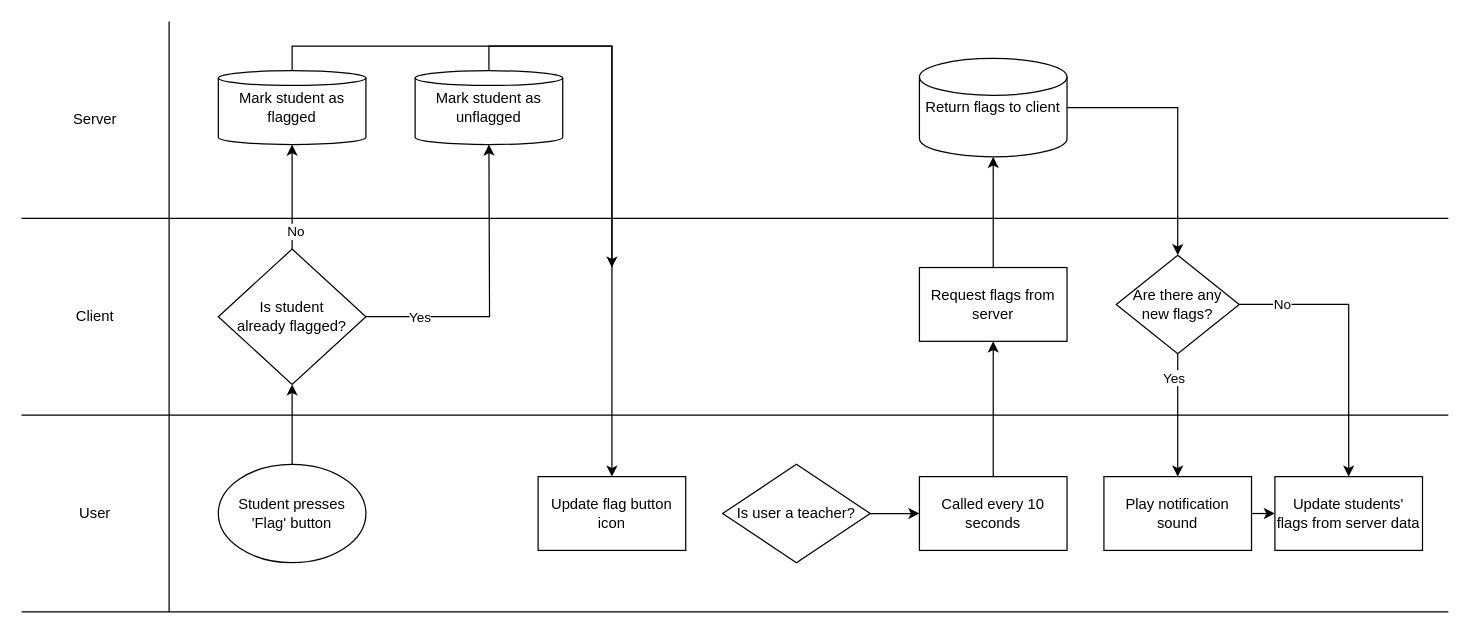
107zxz/co-grammer keeps this draw.io diagram as page "Flagging" (7 of 10) of CoGrammer.drawio. Above is the earlier version. Source tidied: cells renumbered, new cells numbered last; positions are measured from the earlier drawing's top-left corner, leaving out a move shared by most shapes. Both pictures are drawn from the tidied source at 123%, with x=0, y=0 at pixel (21, 21).
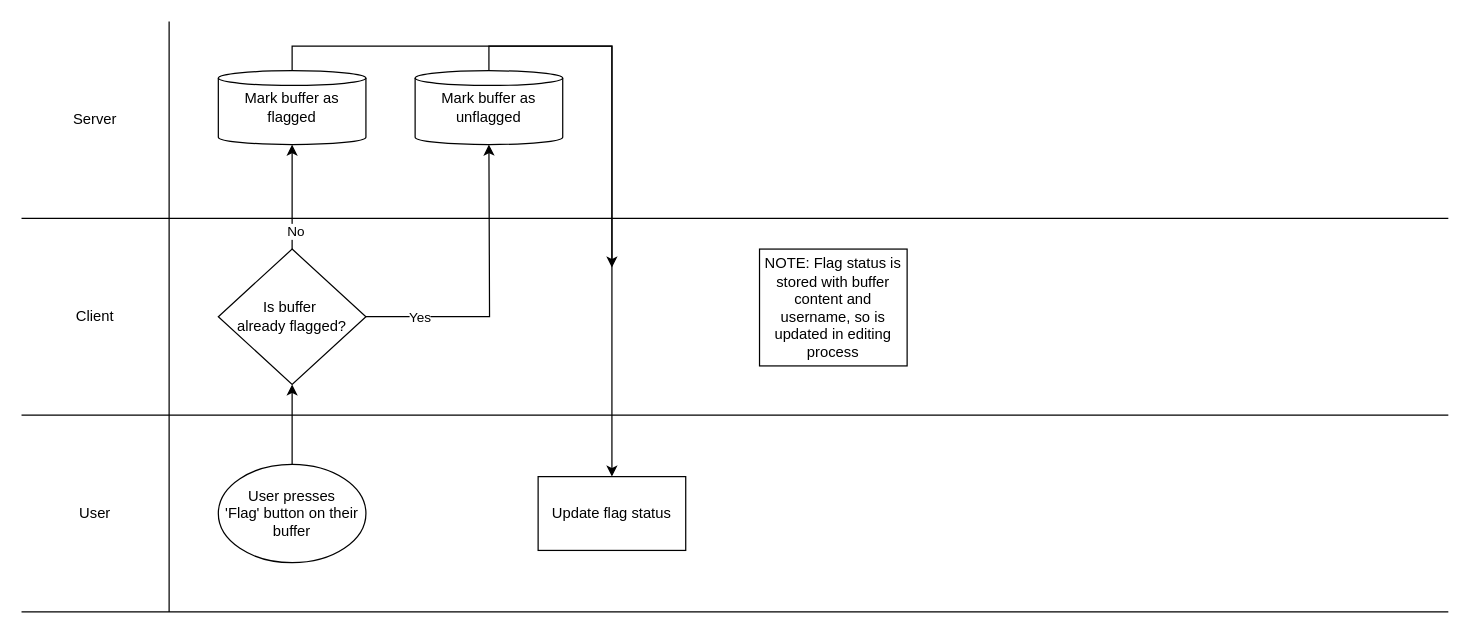
The same diagram, later.

Change to the diagram source:
```diff
@@
-    <mxCell id="10" value="Student presses &lt;br&gt;'Flag' button" style="ellipse;whiteSpace=wrap;html=1;" parent="1" vertex="1">
+    <mxCell id="10" value="User presses &lt;br&gt;'Flag' button on their buffer" style="ellipse;whiteSpace=wrap;html=1;" parent="1" vertex="1">
       <mxGeometry x="160" y="360" width="120" height="80" as="geometry" />
     </mxCell>
@@
-    <mxCell id="15" value="Is student &lt;br&gt;already flagged?" style="rhombus;whiteSpace=wrap;html=1;" parent="1" vertex="1">
+    <mxCell id="15" value="Is buffer&amp;nbsp;&lt;br&gt;already flagged?" style="rhombus;whiteSpace=wrap;html=1;" parent="1" vertex="1">
       <mxGeometry x="160" y="185" width="120" height="110" as="geometry" />
     </mxCell>
@@
-    <mxCell id="17" value="Mark student as flagged" style="shape=cylinder2;whiteSpace=wrap;html=1;boundedLbl=1;backgroundOutline=1;size=6;" parent="1" vertex="1">
+    <mxCell id="17" value="Mark buffer as flagged" style="shape=cylinder2;whiteSpace=wrap;html=1;boundedLbl=1;backgroundOutline=1;size=6;" parent="1" vertex="1">
       <mxGeometry x="160" y="40" width="120" height="60" as="geometry" />
     </mxCell>
@@
-    <mxCell id="19" value="Mark student as unflagged" style="shape=cylinder2;whiteSpace=wrap;html=1;boundedLbl=1;backgroundOutline=1;size=6;" parent="1" vertex="1">
+    <mxCell id="19" value="Mark buffer as unflagged" style="shape=cylinder2;whiteSpace=wrap;html=1;boundedLbl=1;backgroundOutline=1;size=6;" parent="1" vertex="1">
       <mxGeometry x="320" y="40" width="120" height="60" as="geometry" />
     </mxCell>
-    <mxCell id="20" value="Update flag button icon" style="rounded=0;whiteSpace=wrap;html=1;" parent="1" vertex="1">
+    <mxCell id="20" value="Update flag status" style="rounded=0;whiteSpace=wrap;html=1;" parent="1" vertex="1">
       <mxGeometry x="420" y="370" width="120" height="60" as="geometry" />
     </mxCell>
-    <mxCell id="21" style="edgeStyle=orthogonalEdgeStyle;rounded=0;jettySize=auto;html=1;exitX=1;exitY=0.5;exitDx=0;exitDy=0;" parent="1" edge="1" source="22">
-      <mxGeometry relative="1" as="geometry">
-        <mxPoint x="730" y="400" as="targetPoint" />
-      </mxGeometry>
-    </mxCell>
-    <mxCell id="22" value="Is user a teacher?" style="rhombus;whiteSpace=wrap;html=1;" parent="1" vertex="1">
-      <mxGeometry x="570" y="360" width="120" height="80" as="geometry" />
-    </mxCell>
-    <mxCell id="23" style="edgeStyle=orthogonalEdgeStyle;rounded=0;jettySize=auto;html=1;" parent="1" edge="1" source="24" target="26">
-      <mxGeometry relative="1" as="geometry" />
-    </mxCell>
-    <mxCell id="24" value="Called every 10 seconds" style="rounded=0;whiteSpace=wrap;html=1;" parent="1" vertex="1">
-      <mxGeometry x="730" y="370" width="120" height="60" as="geometry" />
-    </mxCell>
-    <mxCell id="25" style="edgeStyle=orthogonalEdgeStyle;rounded=0;jettySize=auto;html=1;" parent="1" edge="1" source="26" target="28">
-      <mxGeometry relative="1" as="geometry" />
-    </mxCell>
-    <mxCell id="26" value="Request flags from server" style="rounded=0;whiteSpace=wrap;html=1;" parent="1" vertex="1">
-      <mxGeometry x="730" y="200" width="120" height="60" as="geometry" />
-    </mxCell>
-    <mxCell id="27" style="edgeStyle=orthogonalEdgeStyle;rounded=0;jettySize=auto;html=1;" parent="1" edge="1" source="28" target="33">
-      <mxGeometry relative="1" as="geometry" />
-    </mxCell>
-    <mxCell id="28" value="Return flags to client" style="shape=cylinder2;whiteSpace=wrap;html=1;boundedLbl=1;backgroundOutline=1;size=15;" parent="1" vertex="1">
-      <mxGeometry x="730" y="30" width="120" height="80" as="geometry" />
-    </mxCell>
-    <mxCell id="29" style="edgeStyle=orthogonalEdgeStyle;rounded=0;jettySize=auto;html=1;exitX=0.5;exitY=1;exitDx=0;exitDy=0;" parent="1" edge="1" source="33" target="35">
-      <mxGeometry relative="1" as="geometry" />
-    </mxCell>
-    <mxCell id="30" value="Yes" style="edgeLabel;html=1;align=center;verticalAlign=middle;" parent="29" vertex="1">
-      <mxGeometry x="-0.62" y="-4" relative="1" as="geometry" />
-    </mxCell>
-    <mxCell id="31" style="edgeStyle=orthogonalEdgeStyle;rounded=0;jettySize=auto;html=1;exitX=1;exitY=0.5;exitDx=0;exitDy=0;" parent="1" edge="1" source="33" target="36">
-      <mxGeometry relative="1" as="geometry" />
-    </mxCell>
-    <mxCell id="32" value="No" style="edgeLabel;html=1;align=center;verticalAlign=middle;" parent="31" vertex="1">
-      <mxGeometry x="-0.7" y="1" relative="1" as="geometry" />
-    </mxCell>
-    <mxCell id="33" value="Are there any &lt;br&gt;new flags?" style="rhombus;whiteSpace=wrap;html=1;" parent="1" vertex="1">
-      <mxGeometry x="890" y="190" width="100" height="80" as="geometry" />
-    </mxCell>
-    <mxCell id="34" style="edgeStyle=orthogonalEdgeStyle;rounded=0;jettySize=auto;html=1;exitX=1;exitY=0.5;exitDx=0;exitDy=0;entryX=0;entryY=0.5;entryDx=0;entryDy=0;" parent="1" edge="1" source="35" target="36">
-      <mxGeometry relative="1" as="geometry" />
-    </mxCell>
-    <mxCell id="35" value="Play notification sound" style="rounded=0;whiteSpace=wrap;html=1;" parent="1" vertex="1">
-      <mxGeometry x="880" y="370" width="120" height="60" as="geometry" />
-    </mxCell>
-    <mxCell id="36" value="Update students' flags from server data" style="rounded=0;whiteSpace=wrap;html=1;" parent="1" vertex="1">
-      <mxGeometry x="1019" y="370" width="120" height="60" as="geometry" />
-    </mxCell>
+    <mxCell id="37" value="NOTE: Flag status is stored with buffer content and username, so is updated in editing process" style="rounded=0;whiteSpace=wrap;html=1;" parent="1" vertex="1">
+      <mxGeometry x="600" y="185" width="120" height="95" as="geometry" />
+    </mxCell>
```
